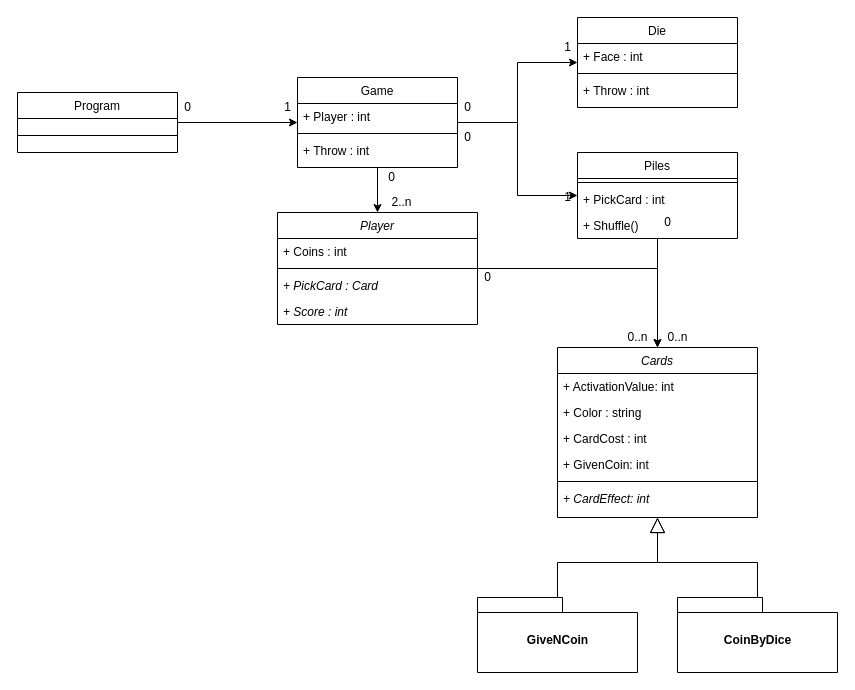
The draw.io diagram MiniVilleDiagramClass.drawio in Lucasross/MiniVilles, before the edit. Source tidied: cells renumbered, new cells numbered last; positions are measured from the earlier drawing's top-left corner, leaving out a move shared by most shapes. Both pictures are drawn from the tidied source at 100%, with x=0, y=0 at pixel (17, 17).
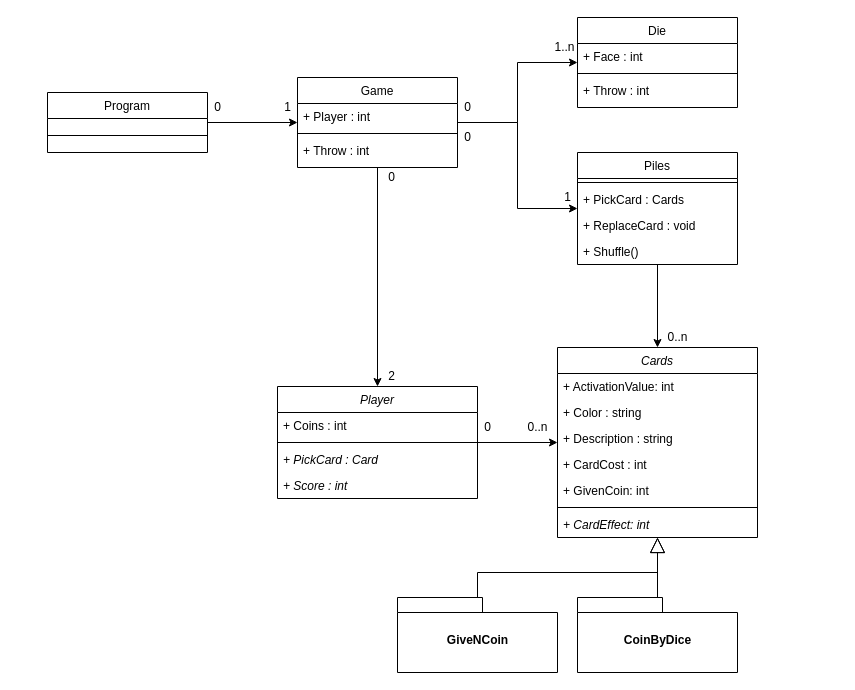
The same diagram, later.

Commit message (it also covers changes not shown here):
diagram class

Diff of the diagram source:
```diff
@@
     <mxCell id="11" value="Program" style="swimlane;fontStyle=0;align=center;verticalAlign=top;horizontal=1;startSize=26;rounded=0;shadow=0;strokeWidth=1;" parent="1" vertex="1">
-      <mxGeometry y="75" width="160" height="60" as="geometry" />
+      <mxGeometry x="30" y="75" width="160" height="60" as="geometry" />
     </mxCell>
@@
     <mxCell id="15" value="Piles" style="swimlane;fontStyle=0;align=center;verticalAlign=top;horizontal=1;startSize=26;rounded=0;shadow=0;strokeWidth=1;" parent="1" vertex="1">
-      <mxGeometry x="560" y="135" width="160" height="86" as="geometry" />
+      <mxGeometry x="560" y="135" width="160" height="112" as="geometry" />
     </mxCell>
@@
-    <mxCell id="17" value="+ PickCard : int" style="text;align=left;verticalAlign=top;spacingLeft=4;spacingRight=4;overflow=hidden;" parent="15" vertex="1">
+    <mxCell id="17" value="+ PickCard : Cards&#10;" style="text;align=left;verticalAlign=top;spacingLeft=4;spacingRight=4;overflow=hidden;" parent="15" vertex="1">
       <mxGeometry y="34" width="160" height="26" as="geometry" />
     </mxCell>
+    <mxCell id="50" value="+ ReplaceCard : void" style="text;align=left;verticalAlign=top;spacingLeft=4;spacingRight=4;overflow=hidden;" parent="15" vertex="1">
+      <mxGeometry y="60" width="160" height="26" as="geometry" />
+    </mxCell>
     <mxCell id="18" value="+ Shuffle()" style="text;align=left;verticalAlign=top;spacingLeft=4;spacingRight=4;overflow=hidden;" parent="15" vertex="1">
-      <mxGeometry y="60" width="160" height="26" as="geometry" />
+      <mxGeometry y="86" width="160" height="26" as="geometry" />
     </mxCell>
@@
     <mxCell id="23" value="Cards" style="swimlane;fontStyle=2;align=center;verticalAlign=top;horizontal=1;startSize=26;rounded=0;shadow=0;strokeWidth=1;" parent="1" vertex="1">
-      <mxGeometry x="540" y="330" width="200" height="170" as="geometry" />
+      <mxGeometry x="540" y="330" width="200" height="190" as="geometry" />
     </mxCell>
@@
+    <mxCell id="51" value="+ Description : string" style="text;align=left;verticalAlign=top;spacingLeft=4;spacingRight=4;overflow=hidden;" parent="23" vertex="1">
+      <mxGeometry y="78" width="200" height="26" as="geometry" />
+    </mxCell>
     <mxCell id="26" value="+ CardCost : int" style="text;align=left;verticalAlign=top;spacingLeft=4;spacingRight=4;overflow=hidden;" parent="23" vertex="1">
-      <mxGeometry y="78" width="200" height="26" as="geometry" />
+      <mxGeometry y="104" width="200" height="26" as="geometry" />
     </mxCell>
     <mxCell id="27" value="+ GivenCoin: int" style="text;align=left;verticalAlign=top;spacingLeft=4;spacingRight=4;overflow=hidden;" parent="23" vertex="1">
-      <mxGeometry y="104" width="200" height="26" as="geometry" />
+      <mxGeometry y="130" width="200" height="26" as="geometry" />
     </mxCell>
     <mxCell id="28" style="line;html=1;strokeWidth=1;align=left;verticalAlign=middle;spacingTop=-1;spacingLeft=3;spacingRight=3;labelPosition=right;" parent="23" vertex="1">
-      <mxGeometry y="130" width="200" height="8" as="geometry" />
+      <mxGeometry y="156" width="200" height="8" as="geometry" />
     </mxCell>
     <mxCell id="29" value="+ CardEffect: int" style="text;align=left;verticalAlign=top;spacingLeft=4;spacingRight=4;overflow=hidden;fontStyle=2;" parent="23" vertex="1">
-      <mxGeometry y="138" width="200" height="26" as="geometry" />
+      <mxGeometry y="164" width="200" height="26" as="geometry" />
     </mxCell>
     <mxCell id="30" value="Player" style="swimlane;fontStyle=2;align=center;verticalAlign=top;horizontal=1;startSize=26;rounded=0;shadow=0;strokeWidth=1;" parent="1" vertex="1">
-      <mxGeometry x="260" y="195" width="200" height="112" as="geometry" />
+      <mxGeometry x="260" y="369" width="200" height="112" as="geometry" />
     </mxCell>
@@
     <mxCell id="36" value="0" style="text;html=1;align=center;verticalAlign=middle;" parent="1" vertex="1">
-      <mxGeometry x="160" y="80" width="20" height="20" as="geometry" />
+      <mxGeometry x="190" y="80" width="20" height="20" as="geometry" />
     </mxCell>
@@
-    <mxCell id="38" value="1" style="text;html=1;align=center;verticalAlign=middle;" parent="1" vertex="1">
-      <mxGeometry x="540" y="20" width="20" height="20" as="geometry" />
+    <mxCell id="38" value="1..n" style="text;html=1;align=center;verticalAlign=middle;" parent="1" vertex="1">
+      <mxGeometry x="527" y="20" width="40" height="20" as="geometry" />
     </mxCell>
@@
-    <mxCell id="42" value="2..n" style="text;html=1;align=center;verticalAlign=middle;" parent="1" vertex="1">
-      <mxGeometry x="364" y="175" width="40" height="20" as="geometry" />
+    <mxCell id="42" value="2" style="text;html=1;align=center;verticalAlign=middle;" parent="1" vertex="1">
+      <mxGeometry x="364" y="349" width="20" height="20" as="geometry" />
     </mxCell>
-    <mxCell id="43" value="0..n" style="text;html=1;align=center;verticalAlign=middle;" parent="1" vertex="1">
-      <mxGeometry x="600" y="310" width="40" height="20" as="geometry" />
-    </mxCell>
     <mxCell id="44" value="0" style="text;html=1;align=center;verticalAlign=middle;" parent="1" vertex="1">
-      <mxGeometry x="460" y="250" width="20" height="20" as="geometry" />
+      <mxGeometry x="460" y="400" width="20" height="20" as="geometry" />
     </mxCell>
-    <mxCell id="45" value="0" style="text;html=1;align=center;verticalAlign=middle;" parent="1" vertex="1">
-      <mxGeometry x="640" y="195" width="20" height="20" as="geometry" />
-    </mxCell>
@@
     <mxCell id="47" value="GiveNCoin" style="shape=folder;fontStyle=1;spacingTop=10;tabWidth=85;tabHeight=15;tabPosition=left;html=1;" parent="1" vertex="1">
-      <mxGeometry x="460" y="580" width="160" height="75" as="geometry" />
+      <mxGeometry x="380" y="580" width="160" height="75" as="geometry" />
     </mxCell>
     <mxCell id="48" value="CoinByDice" style="shape=folder;fontStyle=1;spacingTop=10;tabWidth=85;tabHeight=15;tabPosition=left;html=1;" parent="1" vertex="1">
-      <mxGeometry x="660" y="580" width="160" height="75" as="geometry" />
+      <mxGeometry x="560" y="580" width="160" height="75" as="geometry" />
     </mxCell>
@@
+    <mxCell id="43" value="0..n" style="text;html=1;align=center;verticalAlign=middle;" parent="1" vertex="1">
+      <mxGeometry x="500" y="400" width="40" height="20" as="geometry" />
+    </mxCell>
```
